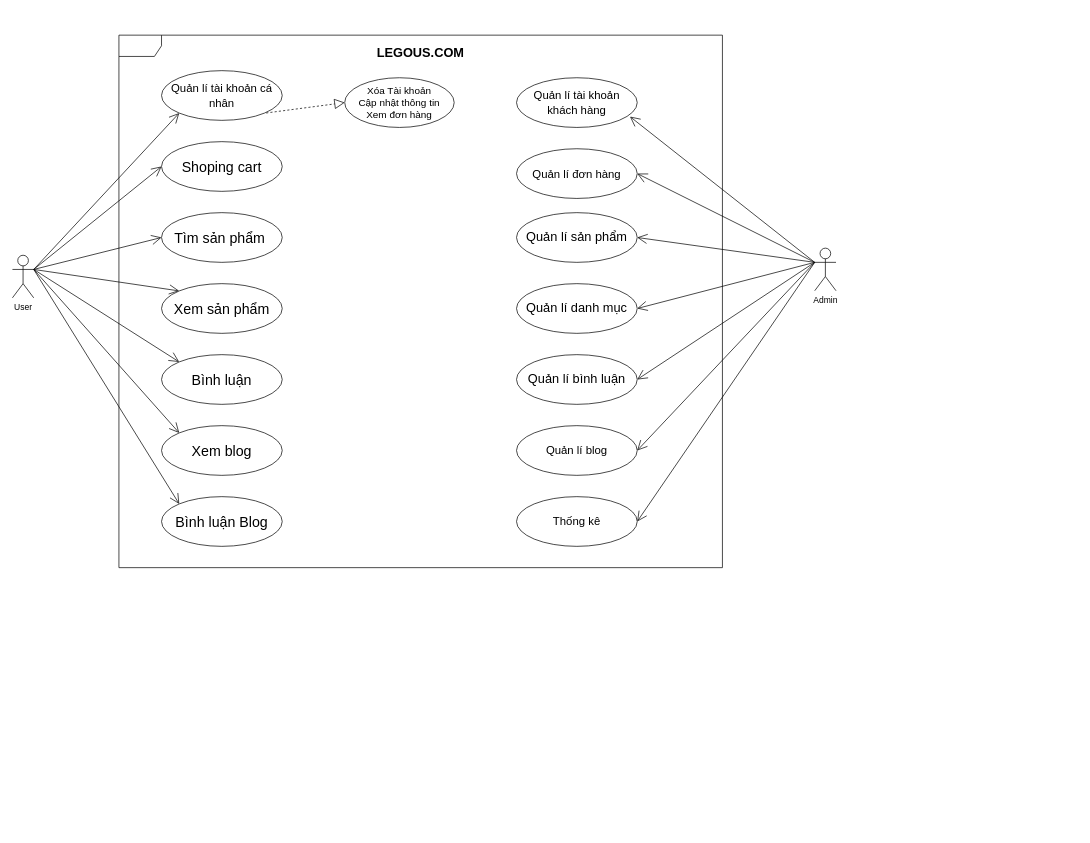
This is page "UseCases" (3 of 3) of .vscode/LEGOUS_DIAGRAM.drawio from hoanggiang2912/FPoly_DuAn1, a draw.io file, before an edit. Source tidied: cells renumbered, new cells numbered last; positions are measured from the earlier drawing's top-left corner, leaving out a move shared by most shapes. Both pictures are drawn from the tidied source at 71%, with x=0, y=0 at pixel (12, 35).
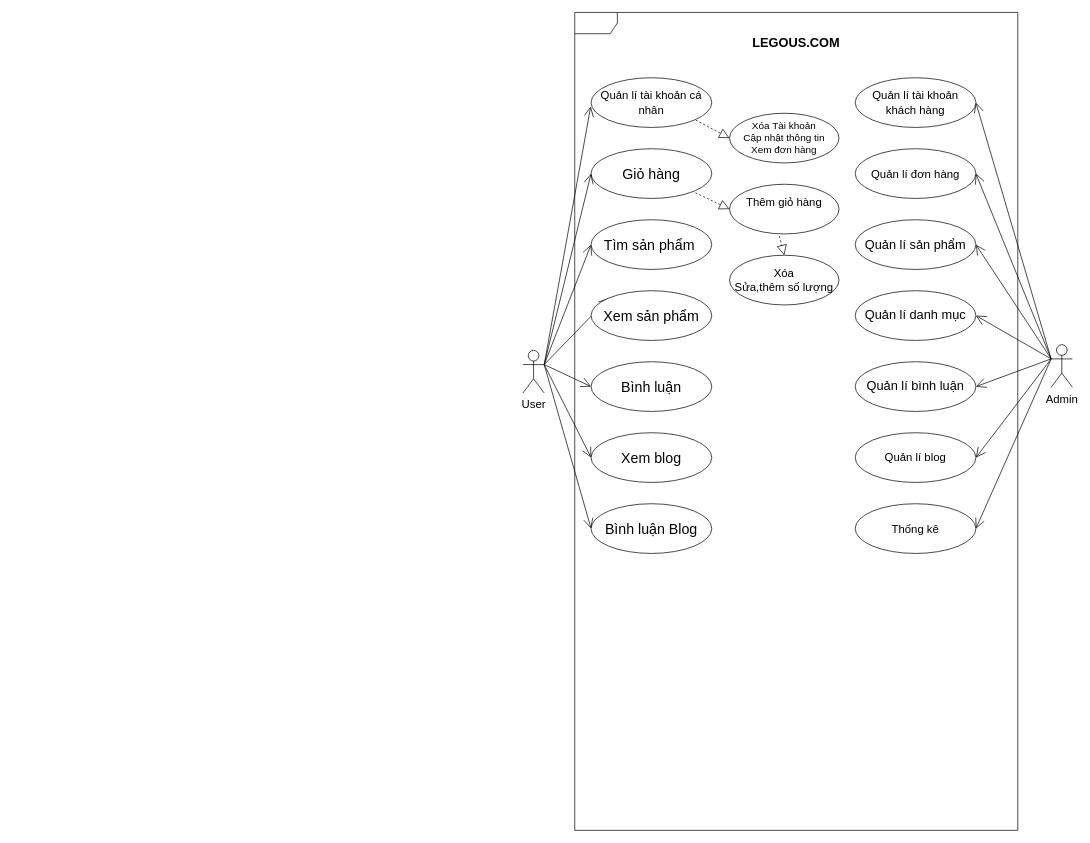
The same page after the edit.

Commit message:
Cập nhật LEGOUS_DIAGRAM.drawio

What changed in the source:
```diff
@@
-    <mxCell id="2" style="shape=umlFrame;whiteSpace=wrap;html=1;" parent="1" vertex="1">
-      <mxGeometry x="150" width="850" height="750" as="geometry" />
+    <mxCell id="2" style="shape=umlFrame;whiteSpace=wrap;html=1;flipH=0;fontSize=10;" parent="1" vertex="1">
+      <mxGeometry x="792" y="-32" width="624" height="1152" as="geometry" />
     </mxCell>
-    <mxCell id="3" value="User" style="shape=umlActor;verticalLabelPosition=bottom;verticalAlign=top;html=1;" parent="1" vertex="1">
-      <mxGeometry y="310" width="30" height="60" as="geometry" />
+    <mxCell id="3" value="&lt;font style=&quot;font-size: 16px;&quot;&gt;User&lt;/font&gt;" style="shape=umlActor;verticalLabelPosition=bottom;verticalAlign=top;html=1;" parent="1" vertex="1">
+      <mxGeometry x="719" y="444" width="30" height="60" as="geometry" />
     </mxCell>
-    <mxCell id="4" value="Admin" style="shape=umlActor;verticalLabelPosition=bottom;verticalAlign=top;html=1;" parent="1" vertex="1">
-      <mxGeometry x="1130" y="300" width="30" height="60" as="geometry" />
+    <mxCell id="4" value="&lt;font style=&quot;font-size: 16px;&quot;&gt;Admin&lt;/font&gt;" style="shape=umlActor;verticalLabelPosition=bottom;verticalAlign=top;html=1;" parent="1" vertex="1">
+      <mxGeometry x="1463" y="436" width="30" height="60" as="geometry" />
     </mxCell>
     <mxCell id="5" value="&lt;font style=&quot;font-size: 16px;&quot;&gt;Quản lí tài khoản cá nhân&lt;/font&gt;" style="ellipse;whiteSpace=wrap;html=1;" parent="1" vertex="1">
-      <mxGeometry x="210" y="50" width="170" height="70" as="geometry" />
+      <mxGeometry x="815" y="60" width="170" height="70" as="geometry" />
     </mxCell>
-    <mxCell id="6" style="endArrow=open;endFill=1;endSize=12;html=1;rounded=0;exitX=1;exitY=0.3333333333333333;exitDx=0;exitDy=0;exitPerimeter=0;entryX=0;entryY=1;entryDx=0;entryDy=0;" parent="1" edge="1" source="3" target="5">
+    <mxCell id="6" style="endArrow=open;endFill=1;endSize=12;html=1;rounded=0;exitX=1;exitY=0.3333333333333333;exitDx=0;exitDy=0;exitPerimeter=0;entryX=-0.003;entryY=0.579;entryDx=0;entryDy=0;entryPerimeter=0;" parent="1" edge="1" source="3" target="5">
       <mxGeometry relative="1" as="geometry" />
     </mxCell>
-    <mxCell id="7" value="&lt;font style=&quot;font-size: 20px;&quot;&gt;Shoping cart&lt;/font&gt;" style="ellipse;whiteSpace=wrap;html=1;" parent="1" vertex="1">
-      <mxGeometry x="210" y="150" width="170" height="70" as="geometry" />
+    <mxCell id="7" value="&lt;font style=&quot;font-size: 20px;&quot;&gt;Giỏ hàng&lt;/font&gt;" style="ellipse;whiteSpace=wrap;html=1;" parent="1" vertex="1">
+      <mxGeometry x="815" y="160" width="170" height="70" as="geometry" />
     </mxCell>
@@
     <mxCell id="9" value="&lt;font style=&quot;font-size: 20px;&quot;&gt;Tìm sản phẩm&amp;nbsp;&lt;/font&gt;" style="ellipse;whiteSpace=wrap;html=1;" parent="1" vertex="1">
-      <mxGeometry x="210" y="250" width="170" height="70" as="geometry" />
+      <mxGeometry x="815" y="260" width="170" height="70" as="geometry" />
     </mxCell>
@@
     <mxCell id="12" value="&lt;font style=&quot;font-size: 20px;&quot;&gt;Xem sản phẩm&lt;/font&gt;" style="ellipse;whiteSpace=wrap;html=1;" parent="1" vertex="1">
-      <mxGeometry x="210" y="350" width="170" height="70" as="geometry" />
+      <mxGeometry x="815" y="360" width="170" height="70" as="geometry" />
     </mxCell>
     <mxCell id="13" value="&lt;font style=&quot;font-size: 20px;&quot;&gt;Bình luận&lt;/font&gt;" style="ellipse;whiteSpace=wrap;html=1;" parent="1" vertex="1">
-      <mxGeometry x="210" y="450" width="170" height="70" as="geometry" />
+      <mxGeometry x="815" y="460" width="170" height="70" as="geometry" />
     </mxCell>
-    <mxCell id="14" style="endArrow=open;endFill=1;endSize=12;html=1;rounded=0;entryX=0;entryY=0;entryDx=0;entryDy=0;exitX=1;exitY=0.3333333333333333;exitDx=0;exitDy=0;exitPerimeter=0;" parent="1" edge="1" source="3" target="13">
+    <mxCell id="14" style="endArrow=open;endFill=1;endSize=12;html=1;rounded=0;entryX=0;entryY=0.5;entryDx=0;entryDy=0;exitX=1;exitY=0.3333333333333333;exitDx=0;exitDy=0;exitPerimeter=0;" parent="1" edge="1" source="3" target="13">
       <mxGeometry relative="1" as="geometry" />
     </mxCell>
     <mxCell id="15" value="&lt;font style=&quot;font-size: 20px;&quot;&gt;Xem blog&lt;/font&gt;" style="ellipse;whiteSpace=wrap;html=1;" parent="1" vertex="1">
-      <mxGeometry x="210" y="550" width="170" height="70" as="geometry" />
+      <mxGeometry x="815" y="560" width="170" height="70" as="geometry" />
     </mxCell>
-    <mxCell id="16" style="endArrow=open;endFill=1;endSize=12;html=1;rounded=0;entryX=0;entryY=0;entryDx=0;entryDy=0;exitX=1;exitY=0.3333333333333333;exitDx=0;exitDy=0;exitPerimeter=0;" parent="1" edge="1" source="3" target="15">
+    <mxCell id="16" style="endArrow=open;endFill=1;endSize=12;html=1;rounded=0;entryX=0;entryY=0.5;entryDx=0;entryDy=0;exitX=1;exitY=0.3333333333333333;exitDx=0;exitDy=0;exitPerimeter=0;" parent="1" edge="1" source="3" target="15">
       <mxGeometry relative="1" as="geometry" />
     </mxCell>
     <mxCell id="17" value="&lt;font style=&quot;font-size: 20px;&quot;&gt;Bình luận Blog&lt;/font&gt;" style="ellipse;whiteSpace=wrap;html=1;" parent="1" vertex="1">
-      <mxGeometry x="210" y="650" width="170" height="70" as="geometry" />
+      <mxGeometry x="815" y="660" width="170" height="70" as="geometry" />
     </mxCell>
-    <mxCell id="18" style="endArrow=open;endFill=1;endSize=12;html=1;rounded=0;entryX=0;entryY=0;entryDx=0;entryDy=0;exitX=1;exitY=0.3333333333333333;exitDx=0;exitDy=0;exitPerimeter=0;" parent="1" edge="1" source="3" target="17">
+    <mxCell id="18" style="endArrow=open;endFill=1;endSize=12;html=1;rounded=0;entryX=0;entryY=0.5;entryDx=0;entryDy=0;exitX=1;exitY=0.3333333333333333;exitDx=0;exitDy=0;exitPerimeter=0;" parent="1" edge="1" source="3" target="17">
       <mxGeometry relative="1" as="geometry" />
     </mxCell>
-    <mxCell id="19" style="endArrow=open;endFill=1;endSize=12;html=1;rounded=0;exitX=0;exitY=0.3333333333333333;exitDx=0;exitDy=0;exitPerimeter=0;entryX=0.94;entryY=0.782;entryDx=0;entryDy=0;entryPerimeter=0;" parent="1" edge="1" source="4" target="20">
+    <mxCell id="19" style="endArrow=open;endFill=1;endSize=12;html=1;rounded=0;exitX=0;exitY=0.3333333333333333;exitDx=0;exitDy=0;exitPerimeter=0;entryX=1;entryY=0.5;entryDx=0;entryDy=0;" parent="1" edge="1" source="4" target="20">
       <mxGeometry relative="1" as="geometry" />
     </mxCell>
     <mxCell id="20" value="&lt;font style=&quot;font-size: 16px;&quot;&gt;Quản lí tài khoản khách hàng&lt;/font&gt;" style="ellipse;whiteSpace=wrap;html=1;" parent="1" vertex="1">
-      <mxGeometry x="710" y="60" width="170" height="70" as="geometry" />
+      <mxGeometry x="1187" y="60" width="170" height="70" as="geometry" />
     </mxCell>
@@
     <mxCell id="22" value="&lt;font style=&quot;font-size: 18px;&quot;&gt;Quản lí sản phẩm&lt;/font&gt;" style="ellipse;whiteSpace=wrap;html=1;" parent="1" vertex="1">
-      <mxGeometry x="710" y="250" width="170" height="70" as="geometry" />
+      <mxGeometry x="1187" y="260" width="170" height="70" as="geometry" />
     </mxCell>
     <mxCell id="23" value="&lt;font style=&quot;font-size: 16px;&quot;&gt;Quản lí đơn hàng&lt;/font&gt;" style="ellipse;whiteSpace=wrap;html=1;" parent="1" vertex="1">
-      <mxGeometry x="710" y="160" width="170" height="70" as="geometry" />
+      <mxGeometry x="1187" y="160" width="170" height="70" as="geometry" />
     </mxCell>
@@
     <mxCell id="25" value="&lt;font style=&quot;font-size: 18px;&quot;&gt;Quản lí danh mục &lt;/font&gt;" style="ellipse;whiteSpace=wrap;html=1;" parent="1" vertex="1">
-      <mxGeometry x="710" y="350" width="170" height="70" as="geometry" />
+      <mxGeometry x="1187" y="360" width="170" height="70" as="geometry" />
     </mxCell>
@@
     <mxCell id="28" value="&lt;font style=&quot;font-size: 18px;&quot;&gt;Quản lí bình luận&lt;/font&gt;" style="ellipse;whiteSpace=wrap;html=1;" parent="1" vertex="1">
-      <mxGeometry x="710" y="450" width="170" height="70" as="geometry" />
+      <mxGeometry x="1187" y="460" width="170" height="70" as="geometry" />
     </mxCell>
     <mxCell id="29" value="&lt;font style=&quot;font-size: 16px;&quot;&gt;Quản lí blog&lt;/font&gt;" style="ellipse;whiteSpace=wrap;html=1;" parent="1" vertex="1">
-      <mxGeometry x="710" y="550" width="170" height="70" as="geometry" />
+      <mxGeometry x="1187" y="560" width="170" height="70" as="geometry" />
     </mxCell>
@@
     <mxCell id="32" value="&lt;div style=&quot;font-size: 14px;&quot;&gt;&lt;font style=&quot;font-size: 14px;&quot;&gt;Xóa Tài khoản&lt;/font&gt;&lt;/div&gt;&lt;div style=&quot;font-size: 14px;&quot;&gt;&lt;font style=&quot;font-size: 14px;&quot;&gt;Cập nhật thông tin&lt;/font&gt;&lt;/div&gt;&lt;div style=&quot;font-size: 14px;&quot;&gt;&lt;font style=&quot;font-size: 14px;&quot;&gt;Xem đơn hàng&lt;/font&gt;&lt;/div&gt;" style="ellipse;whiteSpace=wrap;html=1;" parent="1" vertex="1">
-      <mxGeometry x="468" y="60" width="154.2" height="70" as="geometry" />
+      <mxGeometry x="1010" y="110" width="154.2" height="70" as="geometry" />
     </mxCell>
     <mxCell id="33" value="&lt;font style=&quot;font-size: 16px;&quot;&gt;Thống kê&lt;/font&gt;" style="ellipse;whiteSpace=wrap;html=1;" parent="1" vertex="1">
-      <mxGeometry x="710" y="650" width="170" height="70" as="geometry" />
+      <mxGeometry x="1187" y="660" width="170" height="70" as="geometry" />
     </mxCell>
@@
     <mxCell id="35" value="&lt;font style=&quot;font-size: 18px;&quot;&gt;&lt;b&gt;LEGOUS.COM&lt;/b&gt;&lt;/font&gt;" style="text;html=1;strokeColor=none;fillColor=none;align=center;verticalAlign=middle;whiteSpace=wrap;rounded=0;" parent="1" vertex="1">
-      <mxGeometry x="150" y="10" width="850" height="30" as="geometry" />
+      <mxGeometry x="792" y="-4" width="624" height="30" as="geometry" />
     </mxCell>
+    <mxCell id="36" value="&lt;div style=&quot;font-size: 16px;&quot;&gt;Thêm giỏ hàng&lt;/div&gt;&lt;div style=&quot;font-size: 16px;&quot;&gt;&lt;br style=&quot;font-size: 16px;&quot;&gt;&lt;/div&gt;" style="ellipse;whiteSpace=wrap;html=1;fontSize=16;" parent="1" vertex="1">
+      <mxGeometry x="1010" y="210" width="154.2" height="70" as="geometry" />
+    </mxCell>
+    <mxCell id="37" style="endArrow=block;dashed=1;endFill=0;endSize=12;html=1;rounded=0;exitX=0.867;exitY=0.852;exitDx=0;exitDy=0;entryX=0;entryY=0.5;entryDx=0;entryDy=0;exitPerimeter=0;" parent="1" edge="1" target="36">
+      <mxGeometry relative="1" as="geometry">
+        <mxPoint x="962" y="222" as="sourcePoint" />
+      </mxGeometry>
+    </mxCell>
+    <mxCell id="38" value="&lt;div style=&quot;font-size: 16px;&quot;&gt;Xóa&lt;/div&gt;&lt;div style=&quot;font-size: 16px;&quot;&gt;Sửa,thêm số lượng&lt;/div&gt;" style="ellipse;whiteSpace=wrap;html=1;fontSize=16;" parent="1" vertex="1">
+      <mxGeometry x="1010" y="310" width="154.2" height="70" as="geometry" />
+    </mxCell>
+    <mxCell id="39" style="endArrow=block;dashed=1;endFill=0;endSize=12;html=1;rounded=0;exitX=0.456;exitY=1.043;exitDx=0;exitDy=0;entryX=0.5;entryY=0;entryDx=0;entryDy=0;exitPerimeter=0;" parent="1" edge="1" source="36" target="38">
+      <mxGeometry relative="1" as="geometry" />
+    </mxCell>
```
